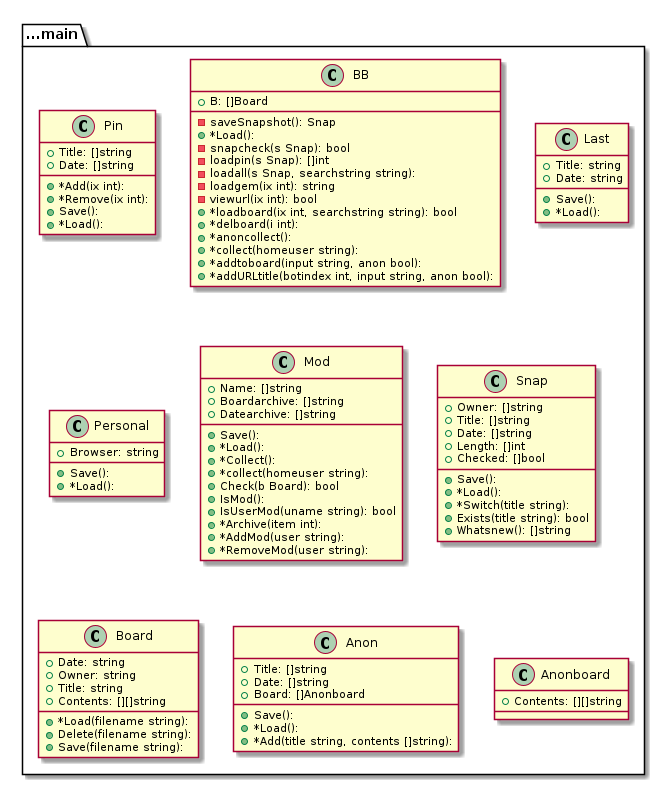
The PlantUML diagram graph.png in tbal999/bb, before a commit.
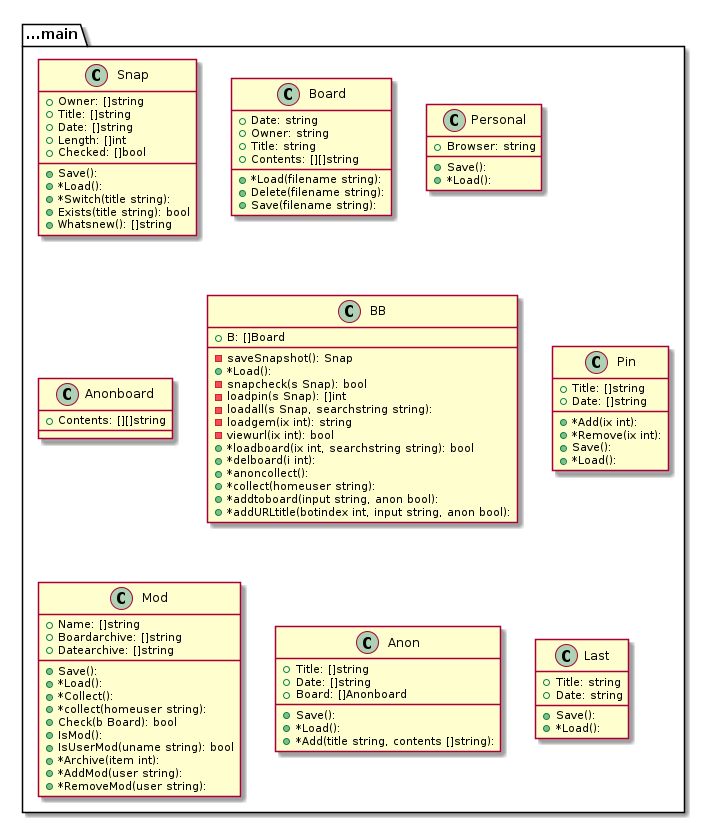
Above is the later version.

What changed in the source:
```diff
@@ -1,64 +1,4 @@
 @startuml
-package ...main{
-class Pin {
-+Title: []string
-+Date: []string
-+*Add(ix int):
-+*Remove(ix int):
-+Save():
-+*Load():
-}
-}
-package ...main{
-class BB {
-+B: []Board
--saveSnapshot(): Snap
-+*Load():
--snapcheck(s Snap): bool
--loadpin(s Snap): []int
--loadall(s Snap, searchstring string):
--loadgem(ix int): string
--viewurl(ix int): bool
-+*loadboard(ix int, searchstring string): bool
-+*delboard(i int):
-+*anoncollect():
-+*collect(homeuser string):
-+*addtoboard(input string, anon bool):
-+*addURLtitle(botindex int, input string, anon bool):
-}
-}
-package ...main{
-class Last {
-+Title: string
-+Date: string
-+Save():
-+*Load():
-}
-}
-package ...main{
-class Personal {
-+Browser: string
-+Save():
-+*Load():
-}
-}
-package ...main{
-class Mod {
-+Name: []string
-+Boardarchive: []string
-+Datearchive: []string
-+Save():
-+*Load():
-+*Collect():
-+*collect(homeuser string):
-+Check(b Board): bool
-+IsMod():
-+IsUserMod(uname string): bool
-+*Archive(item int):
-+*AddMod(user string):
-+*RemoveMod(user string):
-}
-}
 package ...main{
 class Snap {
 +Owner: []string
@@ -85,6 +25,64 @@
 }
 }
 package ...main{
+class Personal {
++Browser: string
++Save():
++*Load():
+}
+}
+package ...main{
+class Anonboard {
++Contents: [][]string
+
+}
+}
+package ...main{
+class BB {
++B: []Board
+-saveSnapshot(): Snap
++*Load():
+-snapcheck(s Snap): bool
+-loadpin(s Snap): []int
+-loadall(s Snap, searchstring string):
+-loadgem(ix int): string
+-viewurl(ix int): bool
++*loadboard(ix int, searchstring string): bool
++*delboard(i int):
++*anoncollect():
++*collect(homeuser string):
++*addtoboard(input string, anon bool):
++*addURLtitle(botindex int, input string, anon bool):
+}
+}
+package ...main{
+class Pin {
++Title: []string
++Date: []string
++*Add(ix int):
++*Remove(ix int):
++Save():
++*Load():
+}
+}
+package ...main{
+class Mod {
++Name: []string
++Boardarchive: []string
++Datearchive: []string
++Save():
++*Load():
++*Collect():
++*collect(homeuser string):
++Check(b Board): bool
++IsMod():
++IsUserMod(uname string): bool
++*Archive(item int):
++*AddMod(user string):
++*RemoveMod(user string):
+}
+}
+package ...main{
 class Anon {
 +Title: []string
 +Date: []string
@@ -95,9 +93,11 @@
 }
 }
 package ...main{
-class Anonboard {
-+Contents: [][]string
-
+class Last {
++Title: string
++Date: string
++Save():
++*Load():
 }
 }
 
```
